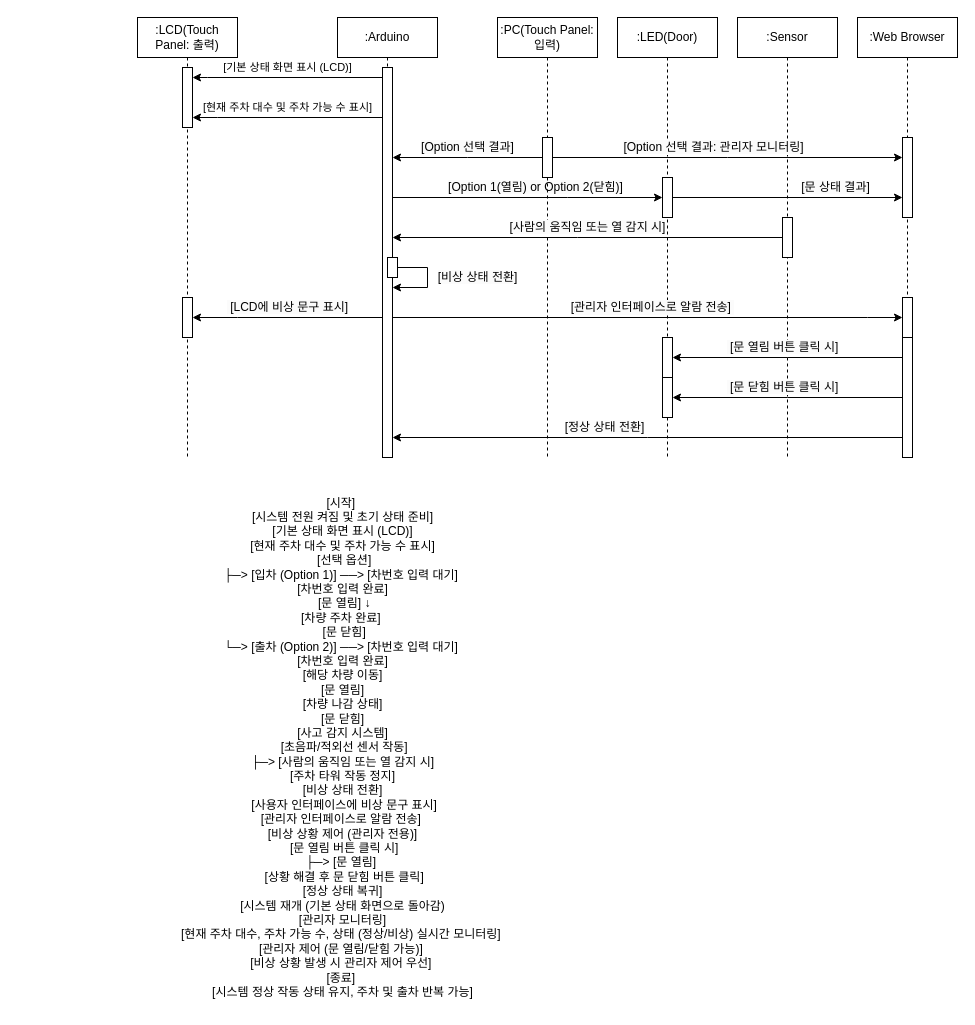
Above: FlowChart/주차타워 다이어그램.drawio in zhenzhu-kang/BibleAutoPark (draw.io), before the change. Source tidied: cells renumbered, new cells numbered last; positions are measured from the earlier drawing's top-left corner, leaving out a move shared by most shapes. Both pictures are drawn from the tidied source at 100%, with x=0, y=0 at pixel (137, 17).
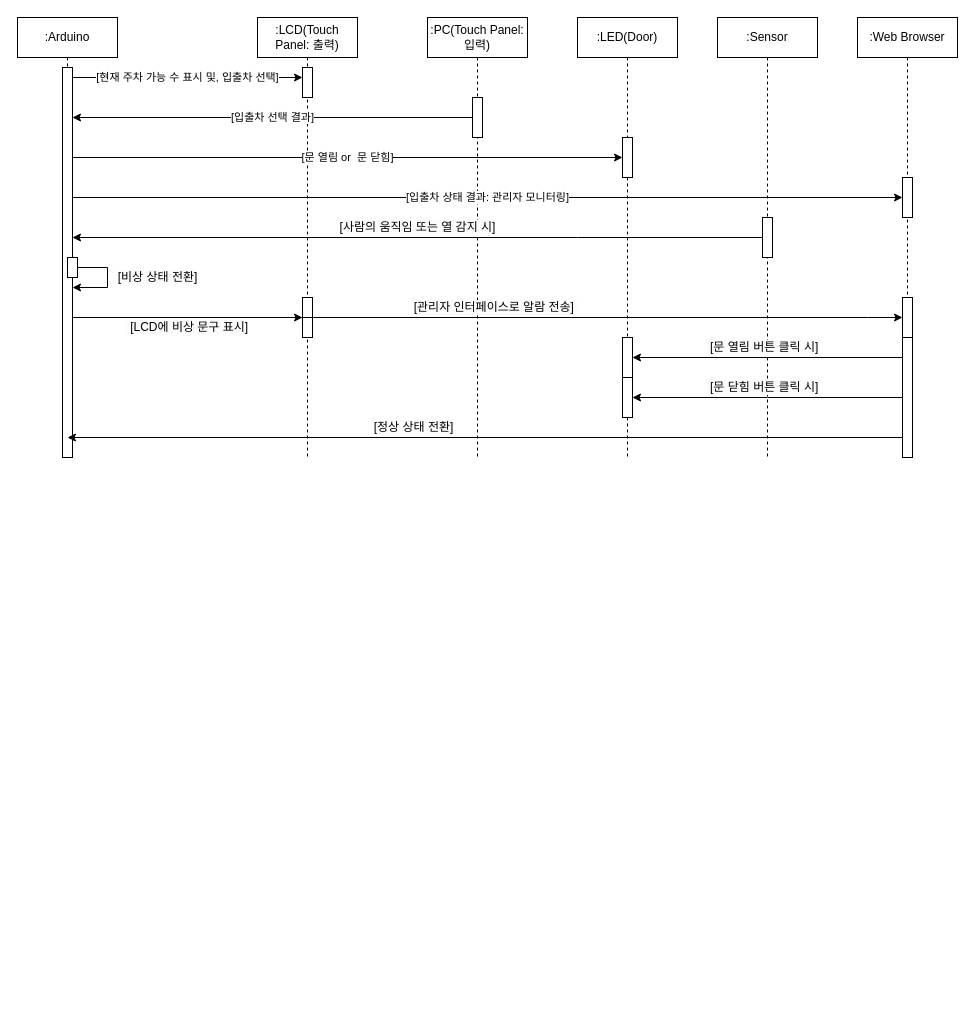
After the change.

Commit message:
주차타워 다이어그램.drawio 업데이트

Unchanged cells that the change refers to:
```xml
<mxCell id="3" style="html=1;points=[];perimeter=orthogonalPerimeter;outlineConnect=0;targetShapes=umlLifeline;portConstraint=eastwest;newEdgeStyle={&quot;edgeStyle&quot;:&quot;elbowEdgeStyle&quot;,&quot;elbow&quot;:&quot;vertical&quot;,&quot;curved&quot;:0,&quot;rounded&quot;:0};" parent="2" vertex="1">
  <mxGeometry x="45" y="50" width="10" height="390" as="geometry" />
</mxCell>
<mxCell id="12" value=":Web Browser" style="shape=umlLifeline;perimeter=lifelinePerimeter;whiteSpace=wrap;html=1;newEdgeStyle={&quot;edgeStyle&quot;:&quot;elbowEdgeStyle&quot;,&quot;elbow&quot;:&quot;vertical&quot;,&quot;curved&quot;:0,&quot;rounded&quot;:0};size=40;" parent="1" vertex="1">
  <mxGeometry x="720" width="100" height="440" as="geometry" />
</mxCell>
```

Diff of the diagram source:
```diff
@@
     <mxCell id="2" value=":Arduino" style="shape=umlLifeline;perimeter=lifelinePerimeter;whiteSpace=wrap;html=1;newEdgeStyle={&quot;edgeStyle&quot;:&quot;elbowEdgeStyle&quot;,&quot;elbow&quot;:&quot;vertical&quot;,&quot;curved&quot;:0,&quot;rounded&quot;:0};" parent="1" vertex="1">
-      <mxGeometry x="200" width="100" height="440" as="geometry" />
+      <mxGeometry x="-120" width="100" height="440" as="geometry" />
     </mxCell>
@@
     <mxCell id="6" value=":LCD(Touch Panel: 출력)" style="shape=umlLifeline;perimeter=lifelinePerimeter;whiteSpace=wrap;html=1;newEdgeStyle={&quot;edgeStyle&quot;:&quot;elbowEdgeStyle&quot;,&quot;elbow&quot;:&quot;vertical&quot;,&quot;curved&quot;:0,&quot;rounded&quot;:0};size=40;" parent="1" vertex="1">
-      <mxGeometry width="100" height="440" as="geometry" />
+      <mxGeometry x="120" width="100" height="440" as="geometry" />
     </mxCell>
     <mxCell id="7" style="html=1;points=[];perimeter=orthogonalPerimeter;outlineConnect=0;targetShapes=umlLifeline;portConstraint=eastwest;newEdgeStyle={&quot;edgeStyle&quot;:&quot;elbowEdgeStyle&quot;,&quot;elbow&quot;:&quot;vertical&quot;,&quot;curved&quot;:0,&quot;rounded&quot;:0};" parent="6" vertex="1">
-      <mxGeometry x="45" y="50" width="10" height="60" as="geometry" />
+      <mxGeometry x="45" y="50" width="10" height="30" as="geometry" />
     </mxCell>
@@
-    <mxCell id="9" value="&lt;span style=&quot;color: rgb(0, 0, 0); font-family: Helvetica; font-size: 11px; font-style: normal; font-variant-ligatures: normal; font-variant-caps: normal; font-weight: 400; letter-spacing: normal; orphans: 2; text-align: center; text-indent: 0px; text-transform: none; widows: 2; word-spacing: 0px; -webkit-text-stroke-width: 0px; white-space: nowrap; background-color: rgb(255, 255, 255); text-decoration-thickness: initial; text-decoration-style: initial; text-decoration-color: initial; display: inline !important; float: none;&quot;&gt;[기본 상태 화면 표시 (LCD)]&lt;/span&gt;" style="edgeStyle=elbowEdgeStyle;rounded=0;jettySize=auto;html=1;elbow=vertical;curved=0;" parent="1" edge="1" source="3" target="7">
-      <mxGeometry y="-10" relative="1" as="geometry">
+    <mxCell id="9" value="[현재 주차 가능 수 표시 및, 입출차 선택]" style="edgeStyle=elbowEdgeStyle;rounded=0;jettySize=auto;html=1;elbow=vertical;curved=0;" parent="1" edge="1" source="3" target="7">
+      <mxGeometry relative="1" as="geometry">
         <Array as="points">
           <mxPoint x="70" y="60" />
           <mxPoint x="210" y="100" />
         </Array>
       </mxGeometry>
     </mxCell>
     <mxCell id="10" value=":Sensor" style="shape=umlLifeline;perimeter=lifelinePerimeter;whiteSpace=wrap;html=1;newEdgeStyle={&quot;edgeStyle&quot;:&quot;elbowEdgeStyle&quot;,&quot;elbow&quot;:&quot;vertical&quot;,&quot;curved&quot;:0,&quot;rounded&quot;:0};size=40;" parent="1" vertex="1">
-      <mxGeometry x="600" width="100" height="440" as="geometry" />
+      <mxGeometry x="580" width="100" height="440" as="geometry" />
     </mxCell>
@@
     <mxCell id="15" style="html=1;points=[];perimeter=orthogonalPerimeter;outlineConnect=0;targetShapes=umlLifeline;portConstraint=eastwest;newEdgeStyle={&quot;edgeStyle&quot;:&quot;elbowEdgeStyle&quot;,&quot;elbow&quot;:&quot;vertical&quot;,&quot;curved&quot;:0,&quot;rounded&quot;:0};" parent="12" vertex="1">
-      <mxGeometry x="45" y="120" width="10" height="80" as="geometry" />
+      <mxGeometry x="45" y="160" width="10" height="40" as="geometry" />
     </mxCell>
-    <mxCell id="16" value="[현재 주차 대수 및 주차 가능 수 표시]" style="edgeStyle=elbowEdgeStyle;rounded=0;jettySize=auto;html=1;elbow=vertical;curved=0;" parent="1" edge="1" source="3" target="7">
-      <mxGeometry y="-10" relative="1" as="geometry">
-        <Array as="points">
-          <mxPoint x="80" y="100" />
-          <mxPoint y="140" />
-        </Array>
-      </mxGeometry>
-    </mxCell>
-    <mxCell id="17" value="[시작]&amp;nbsp;&lt;div&gt;&amp;nbsp;[시스템 전원 켜짐 및 초기 상태 준비]&amp;nbsp;&lt;div&gt;&amp;nbsp;[기본 상태 화면 표시 (LCD)]&amp;nbsp;&lt;div&gt;&amp;nbsp;[현재 주차 대수 및 주차 가능 수 표시]&amp;nbsp;&lt;div&gt;&amp;nbsp;[선택 옵션]&lt;br&gt;├─&amp;gt; [입차 (Option 1)] ──&amp;gt; [차번호 입력 대기]&amp;nbsp;&lt;div&gt;&amp;nbsp;[차번호 입력 완료]&amp;nbsp;&lt;div&gt;&amp;nbsp;[문 열림]&amp;nbsp;↓&lt;div&gt;[차량 주차 완료]&amp;nbsp;&lt;div&gt;&amp;nbsp;[문 닫힘]&lt;br&gt;└─&amp;gt; [출차 (Option 2)] ──&amp;gt; [차번호 입력 대기]&amp;nbsp;&lt;/div&gt;&lt;div&gt;&lt;div&gt;&amp;nbsp;[차번호 입력 완료]&amp;nbsp;&lt;div&gt;&amp;nbsp;[해당 차량 이동]&amp;nbsp;&lt;div&gt;&amp;nbsp;[문 열림]&amp;nbsp;&lt;div&gt;&amp;nbsp;[차량 나감 상태]&amp;nbsp;&lt;div&gt;&amp;nbsp;[문 닫힘]&amp;nbsp;&lt;div&gt;&amp;nbsp;[사고 감지 시스템]&amp;nbsp;&lt;div&gt;&amp;nbsp;[초음파/적외선 센서 작동]&lt;br&gt;├─&amp;gt; [사람의 움직임 또는 열 감지 시]&lt;br&gt;&lt;div&gt;[주차 타워 작동 정지]&lt;br&gt;&lt;div&gt;[비상 상태 전환]&lt;br&gt;&lt;div&gt;&amp;nbsp;[사용자 인터페이스에 비상 문구 표시]&lt;br&gt;&lt;div&gt;[관리자 인터페이스로 알람 전송]&amp;nbsp;&lt;div&gt;&amp;nbsp;[비상 상황 제어 (관리자 전용)]&amp;nbsp;&lt;div&gt;&amp;nbsp;[문 열림 버튼 클릭 시]&lt;br&gt;├─&amp;gt; [문 열림]&amp;nbsp;&lt;div&gt;&amp;nbsp;[상황 해결 후 문 닫힘 버튼 클릭]&lt;br&gt;&lt;div&gt;[정상 상태 복귀]&lt;br&gt;&lt;div&gt;[시스템 재개 (기본 상태 화면으로 돌아감)&lt;div&gt;&amp;nbsp;[관리자 모니터링]&amp;nbsp;&lt;div&gt;[현재 주차 대수, 주차 가능 수, 상태 (정상/비상) 실시간 모니터링]&amp;nbsp;&lt;div&gt;[관리자 제어 (문 열림/닫힘 가능)]&amp;nbsp;&lt;div&gt;[비상 상황 발생 시 관리자 제어 우선]&amp;nbsp;&lt;/div&gt;&lt;div&gt;&lt;span style=&quot;background-color: initial;&quot;&gt;[종료]&amp;nbsp;&lt;/span&gt;&lt;div&gt;&lt;div&gt;[시스템 정상 작동 상태 유지, 주차 및 출차 반복 가능]&lt;/div&gt;&lt;/div&gt;&lt;/div&gt;&lt;/div&gt;&lt;/div&gt;&lt;/div&gt;&lt;/div&gt;&lt;/div&gt;&lt;/div&gt;&lt;/div&gt;&lt;/div&gt;&lt;/div&gt;&lt;/div&gt;&lt;/div&gt;&lt;/div&gt;&lt;/div&gt;&lt;/div&gt;&lt;/div&gt;&lt;/div&gt;&lt;/div&gt;&lt;/div&gt;&lt;/div&gt;&lt;/div&gt;&lt;/div&gt;&lt;/div&gt;&lt;/div&gt;&lt;/div&gt;&lt;/div&gt;&lt;/div&gt;&lt;/div&gt;" style="text;html=1;align=center;verticalAlign=middle;strokeColor=none;fillColor=none;" parent="1" vertex="1">
-      <mxGeometry x="20" y="470" width="370" height="520" as="geometry" />
-    </mxCell>
     <mxCell id="18" value=":LED(Door)" style="shape=umlLifeline;perimeter=lifelinePerimeter;whiteSpace=wrap;html=1;newEdgeStyle={&quot;edgeStyle&quot;:&quot;elbowEdgeStyle&quot;,&quot;elbow&quot;:&quot;vertical&quot;,&quot;curved&quot;:0,&quot;rounded&quot;:0};size=40;" parent="1" vertex="1">
-      <mxGeometry x="480" width="100" height="440" as="geometry" />
+      <mxGeometry x="440" width="100" height="440" as="geometry" />
     </mxCell>
-    <mxCell id="19" style="html=1;points=[];perimeter=orthogonalPerimeter;outlineConnect=0;targetShapes=umlLifeline;portConstraint=eastwest;newEdgeStyle={&quot;edgeStyle&quot;:&quot;elbowEdgeStyle&quot;,&quot;elbow&quot;:&quot;vertical&quot;,&quot;curved&quot;:0,&quot;rounded&quot;:0};" parent="18" vertex="1">
-      <mxGeometry x="45" y="160" width="10" height="40" as="geometry" />
-    </mxCell>
@@
-    <mxCell id="22" value="&lt;span style=&quot;color: rgb(0, 0, 0); font-family: Helvetica; font-size: 12px; font-style: normal; font-variant-ligatures: normal; font-variant-caps: normal; font-weight: 400; letter-spacing: normal; orphans: 2; text-align: center; text-indent: 0px; text-transform: none; widows: 2; word-spacing: 0px; -webkit-text-stroke-width: 0px; white-space: nowrap; background-color: rgb(251, 251, 251); text-decoration-thickness: initial; text-decoration-style: initial; text-decoration-color: initial; display: inline !important; float: none;&quot;&gt;[Option 1(열림) or&amp;nbsp;&lt;/span&gt;&lt;span style=&quot;font-size: 12px; background-color: rgb(251, 251, 251);&quot;&gt;Option 2(닫힘)]&lt;/span&gt;" style="edgeStyle=elbowEdgeStyle;rounded=0;jettySize=auto;html=1;elbow=vertical;curved=0;" parent="1" edge="1" source="3" target="19">
-      <mxGeometry x="0.06" y="10" relative="1" as="geometry">
-        <Array as="points">
-          <mxPoint x="430" y="180" />
-          <mxPoint x="390" y="170" />
-        </Array>
-      </mxGeometry>
-    </mxCell>
     <mxCell id="23" value=":PC(Touch Panel:입력)" style="shape=umlLifeline;perimeter=lifelinePerimeter;whiteSpace=wrap;html=1;newEdgeStyle={&quot;edgeStyle&quot;:&quot;elbowEdgeStyle&quot;,&quot;elbow&quot;:&quot;vertical&quot;,&quot;curved&quot;:0,&quot;rounded&quot;:0};size=40;" parent="1" vertex="1">
-      <mxGeometry x="360" width="100" height="440" as="geometry" />
+      <mxGeometry x="290" width="100" height="440" as="geometry" />
     </mxCell>
-    <mxCell id="24" style="html=1;points=[];perimeter=orthogonalPerimeter;outlineConnect=0;targetShapes=umlLifeline;portConstraint=eastwest;newEdgeStyle={&quot;edgeStyle&quot;:&quot;elbowEdgeStyle&quot;,&quot;elbow&quot;:&quot;vertical&quot;,&quot;curved&quot;:0,&quot;rounded&quot;:0};" parent="23" vertex="1">
-      <mxGeometry x="45" y="120" width="10" height="40" as="geometry" />
-    </mxCell>
-    <mxCell id="25" value="&lt;span style=&quot;color: rgb(0, 0, 0); font-family: Helvetica; font-size: 12px; font-style: normal; font-variant-ligatures: normal; font-variant-caps: normal; font-weight: 400; letter-spacing: normal; orphans: 2; text-align: center; text-indent: 0px; text-transform: none; widows: 2; word-spacing: 0px; -webkit-text-stroke-width: 0px; white-space: nowrap; background-color: rgb(251, 251, 251); text-decoration-thickness: initial; text-decoration-style: initial; text-decoration-color: initial; display: inline !important; float: none;&quot;&gt;[Option 선택 결과]&lt;/span&gt;" style="edgeStyle=elbowEdgeStyle;rounded=0;jettySize=auto;html=1;elbow=vertical;curved=0;" parent="1" edge="1" source="24" target="3">
-      <mxGeometry y="-10" relative="1" as="geometry" />
-    </mxCell>
+    <mxCell id="34" style="html=1;points=[];perimeter=orthogonalPerimeter;outlineConnect=0;targetShapes=umlLifeline;portConstraint=eastwest;newEdgeStyle={&quot;edgeStyle&quot;:&quot;elbowEdgeStyle&quot;,&quot;elbow&quot;:&quot;vertical&quot;,&quot;curved&quot;:0,&quot;rounded&quot;:0};" parent="23" vertex="1">
+      <mxGeometry x="45" y="80" width="10" height="40" as="geometry" />
+    </mxCell>
@@
-    <mxCell id="30" value="&lt;span style=&quot;color: rgb(0, 0, 0); font-family: Helvetica; font-size: 12px; font-style: normal; font-variant-ligatures: normal; font-variant-caps: normal; font-weight: 400; letter-spacing: normal; orphans: 2; text-align: center; text-indent: 0px; text-transform: none; widows: 2; word-spacing: 0px; -webkit-text-stroke-width: 0px; white-space: nowrap; background-color: rgb(251, 251, 251); text-decoration-thickness: initial; text-decoration-style: initial; text-decoration-color: initial; display: inline !important; float: none;&quot;&gt;[정상 상태 전환]&lt;/span&gt;" style="edgeStyle=elbowEdgeStyle;rounded=0;orthogonalLoop=1;jettySize=auto;html=1;elbow=vertical;curved=0;" parent="1" edge="1">
+    <mxCell id="30" value="&lt;span style=&quot;color: rgb(0, 0, 0); font-family: Helvetica; font-size: 12px; font-style: normal; font-variant-ligatures: normal; font-variant-caps: normal; font-weight: 400; letter-spacing: normal; orphans: 2; text-align: center; text-indent: 0px; text-transform: none; widows: 2; word-spacing: 0px; -webkit-text-stroke-width: 0px; white-space: nowrap; background-color: rgb(251, 251, 251); text-decoration-thickness: initial; text-decoration-style: initial; text-decoration-color: initial; display: inline !important; float: none;&quot;&gt;[정상 상태 전환]&lt;/span&gt;" style="edgeStyle=elbowEdgeStyle;rounded=0;jettySize=auto;html=1;elbow=vertical;curved=0;entryX=0.5;entryY=0.949;entryDx=0;entryDy=0;entryPerimeter=0;" parent="1" edge="1" target="3">
       <mxGeometry x="0.17" y="-10" relative="1" as="geometry">
         <mxPoint x="765" y="420" as="sourcePoint" />
-        <mxPoint x="255" y="420" as="targetPoint" />
       </mxGeometry>
     </mxCell>
@@
-    <mxCell id="32" value="&lt;span style=&quot;color: rgb(0, 0, 0); font-family: Helvetica; font-size: 12px; font-style: normal; font-variant-ligatures: normal; font-variant-caps: normal; font-weight: 400; letter-spacing: normal; orphans: 2; text-align: center; text-indent: 0px; text-transform: none; widows: 2; word-spacing: 0px; -webkit-text-stroke-width: 0px; white-space: nowrap; background-color: rgb(251, 251, 251); text-decoration-thickness: initial; text-decoration-style: initial; text-decoration-color: initial; display: inline !important; float: none;&quot;&gt;[Option 선택 결과: 관리자 모니터링]&lt;/span&gt;" style="edgeStyle=elbowEdgeStyle;rounded=0;jettySize=auto;html=1;elbow=vertical;curved=0;" parent="1" edge="1" source="24" target="15">
-      <mxGeometry x="-0.08" y="10" relative="1" as="geometry" />
-    </mxCell>
-    <mxCell id="33" value="&lt;span style=&quot;color: rgb(0, 0, 0); font-family: Helvetica; font-size: 12px; font-style: normal; font-variant-ligatures: normal; font-variant-caps: normal; font-weight: 400; letter-spacing: normal; orphans: 2; text-align: center; text-indent: 0px; text-transform: none; widows: 2; word-spacing: 0px; -webkit-text-stroke-width: 0px; white-space: nowrap; background-color: rgb(251, 251, 251); text-decoration-thickness: initial; text-decoration-style: initial; text-decoration-color: initial; display: inline !important; float: none;&quot;&gt;[문 상태 결과]&lt;/span&gt;" style="edgeStyle=elbowEdgeStyle;rounded=0;jettySize=auto;html=1;elbow=vertical;curved=0;" parent="1" edge="1" source="19" target="15">
-      <mxGeometry x="0.42" y="10" relative="1" as="geometry" />
-    </mxCell>
+    <mxCell id="25" value="[문 열림 or&amp;nbsp; 문 닫힘]" style="rounded=0;jettySize=auto;html=1;elbow=vertical;startArrow=classic;startFill=1;endArrow=none;endFill=0;" parent="1" edge="1" source="24" target="3">
+      <mxGeometry relative="1" as="geometry" />
+    </mxCell>
+    <mxCell id="24" style="html=1;points=[];perimeter=orthogonalPerimeter;outlineConnect=0;targetShapes=umlLifeline;portConstraint=eastwest;newEdgeStyle={&quot;edgeStyle&quot;:&quot;elbowEdgeStyle&quot;,&quot;elbow&quot;:&quot;vertical&quot;,&quot;curved&quot;:0,&quot;rounded&quot;:0};" parent="1" vertex="1">
+      <mxGeometry x="485" y="120" width="10" height="40" as="geometry" />
+    </mxCell>
+    <mxCell id="35" value="[입출차 선택 결과]" style="edgeStyle=elbowEdgeStyle;rounded=0;jettySize=auto;html=1;elbow=vertical;curved=0;" parent="1" edge="1" source="34" target="3">
+      <mxGeometry relative="1" as="geometry" />
+    </mxCell>
+    <mxCell id="36" value="[입출차 상태 결과: 관리자 모니터링]" style="edgeStyle=elbowEdgeStyle;rounded=0;jettySize=auto;html=1;elbow=vertical;curved=0;startArrow=classic;startFill=1;endArrow=none;endFill=0;" parent="1" edge="1" source="15" target="3">
+      <mxGeometry relative="1" as="geometry" />
+    </mxCell>
```
